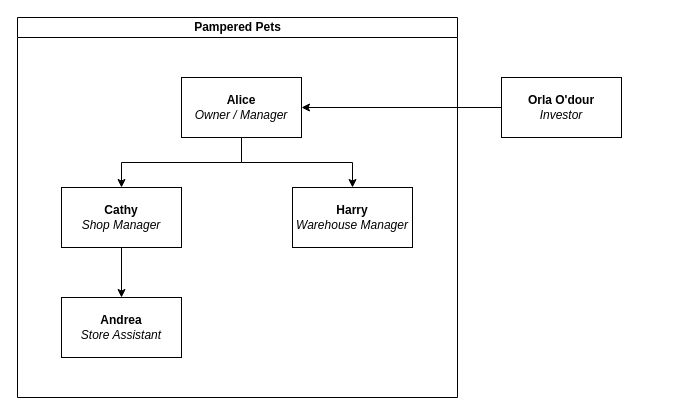
This is SRM/TeamProject/Assets/OrgChart.drawio from MCollins87/MSC_EnterpriseIT, a draw.io file, before an edit. Source tidied: cells renumbered, new cells numbered last; positions are measured from the earlier drawing's top-left corner, leaving out a move shared by most shapes. Both pictures are drawn from the tidied source at 100%, with x=0, y=0 at pixel (17, 17).
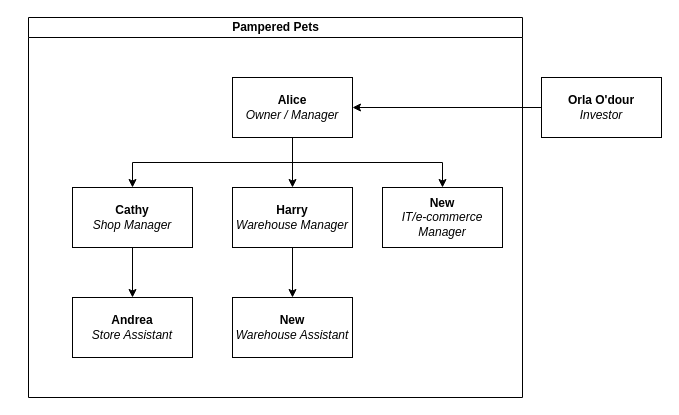
Above is the later version.

Diff of the diagram source:
```diff
@@
 <mxGraphModel>
   <root>
     <mxCell id="0" />
     <mxCell id="1" parent="0" />
     <mxCell id="2" value="Pampered Pets" style="swimlane;html=1;startSize=20;horizontal=1;containerType=tree;glass=0;" parent="1" vertex="1">
-      <mxGeometry width="440" height="380" as="geometry" />
+      <mxGeometry x="11" width="494" height="380" as="geometry" />
     </mxCell>
+    <mxCell id="12" style="edgeStyle=orthogonalEdgeStyle;rounded=0;jettySize=auto;html=1;exitX=0.5;exitY=1;exitDx=0;exitDy=0;entryX=0.5;entryY=0;entryDx=0;entryDy=0;" parent="2" edge="1" source="3" target="15">
+      <mxGeometry relative="1" as="geometry" />
+    </mxCell>
     <mxCell id="3" value="&lt;b&gt;Alice&lt;/b&gt;&lt;div&gt;&lt;i&gt;Owner / Manager&lt;/i&gt;&lt;/div&gt;" style="rounded=0;whiteSpace=wrap;html=1;" parent="2" vertex="1">
-      <mxGeometry x="164" y="60" width="120" height="60" as="geometry" />
+      <mxGeometry x="204" y="60" width="120" height="60" as="geometry" />
     </mxCell>
-    <mxCell id="4" style="edgeStyle=orthogonalEdgeStyle;rounded=0;jettySize=auto;html=1;" parent="2" edge="1" source="3" target="5">
+    <mxCell id="4" style="edgeStyle=orthogonalEdgeStyle;rounded=0;jettySize=auto;html=1;exitX=0.5;exitY=1;exitDx=0;exitDy=0;" parent="2" edge="1" source="3" target="5">
       <mxGeometry relative="1" as="geometry" />
     </mxCell>
     <mxCell id="5" value="&lt;b&gt;Cathy&lt;/b&gt;&lt;div&gt;&lt;i&gt;Shop Manager&lt;/i&gt;&lt;/div&gt;" style="rounded=0;whiteSpace=wrap;html=1;" parent="2" vertex="1">
       <mxGeometry x="44" y="170" width="120" height="60" as="geometry" />
     </mxCell>
     <mxCell id="6" style="edgeStyle=orthogonalEdgeStyle;rounded=0;jettySize=auto;html=1;" parent="2" edge="1" source="5" target="7">
       <mxGeometry relative="1" as="geometry" />
     </mxCell>
     <mxCell id="7" value="&lt;b&gt;Andrea&lt;/b&gt;&lt;div&gt;&lt;i&gt;Store Assistant&lt;/i&gt;&lt;/div&gt;" style="rounded=0;whiteSpace=wrap;html=1;" parent="2" vertex="1">
       <mxGeometry x="44" y="280" width="120" height="60" as="geometry" />
     </mxCell>
     <mxCell id="8" style="edgeStyle=orthogonalEdgeStyle;rounded=0;jettySize=auto;html=1;" parent="2" edge="1" source="3" target="9">
       <mxGeometry relative="1" as="geometry" />
     </mxCell>
     <mxCell id="9" value="&lt;b&gt;Harry&lt;/b&gt;&lt;div&gt;&lt;i&gt;Warehouse Manager&lt;/i&gt;&lt;/div&gt;" style="rounded=0;whiteSpace=wrap;html=1;" parent="2" vertex="1">
-      <mxGeometry x="275" y="170" width="120" height="60" as="geometry" />
+      <mxGeometry x="204" y="170" width="120" height="60" as="geometry" />
     </mxCell>
+    <mxCell id="13" style="edgeStyle=orthogonalEdgeStyle;rounded=0;jettySize=auto;html=1;" parent="2" edge="1" source="9" target="14">
+      <mxGeometry relative="1" as="geometry" />
+    </mxCell>
+    <mxCell id="14" value="&lt;div&gt;&lt;b&gt;New&lt;/b&gt;&lt;/div&gt;&lt;div&gt;&lt;i&gt;Warehouse Assistant&lt;/i&gt;&lt;/div&gt;" style="rounded=0;whiteSpace=wrap;html=1;" parent="2" vertex="1">
+      <mxGeometry x="204" y="280" width="120" height="60" as="geometry" />
+    </mxCell>
+    <mxCell id="15" value="&lt;div&gt;&lt;b&gt;New&lt;/b&gt;&lt;/div&gt;&lt;div&gt;&lt;i&gt;IT/e-commerce Manager&lt;/i&gt;&lt;/div&gt;" style="rounded=0;whiteSpace=wrap;html=1;" parent="2" vertex="1">
+      <mxGeometry x="354" y="170" width="120" height="60" as="geometry" />
+    </mxCell>
     <mxCell id="10" style="edgeStyle=orthogonalEdgeStyle;rounded=0;jettySize=auto;html=1;exitX=0;exitY=0.5;exitDx=0;exitDy=0;entryX=1;entryY=0.5;entryDx=0;entryDy=0;" parent="1" edge="1" source="11" target="3">
       <mxGeometry relative="1" as="geometry" />
     </mxCell>
     <mxCell id="11" value="&lt;b&gt;Orla O'dour&lt;/b&gt;&lt;div&gt;&lt;i&gt;Investor&lt;/i&gt;&lt;/div&gt;" style="rounded=0;whiteSpace=wrap;html=1;" parent="1" vertex="1">
-      <mxGeometry x="484" y="60" width="120" height="60" as="geometry" />
+      <mxGeometry x="524" y="60" width="120" height="60" as="geometry" />
     </mxCell>
   </root>
 </mxGraphModel>
```
